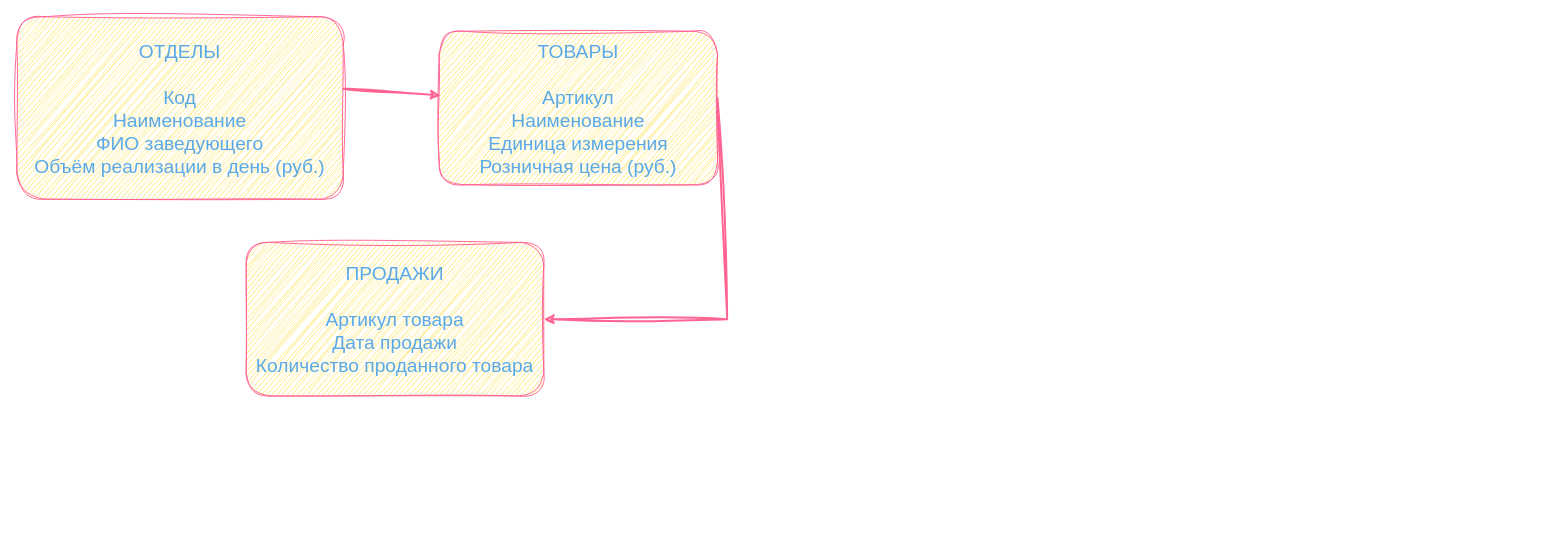
Earlier version of the draw.io diagram page "Страница 2" (2 of 2) of Практика.drawio (Daria-Zharinova/ZPervoe). Source tidied: cells renumbered, new cells numbered last; positions are measured from the earlier drawing's top-left corner, leaving out a move shared by most shapes. Both pictures are drawn from the tidied source at 96%, with x=0, y=0 at pixel (16, 16).
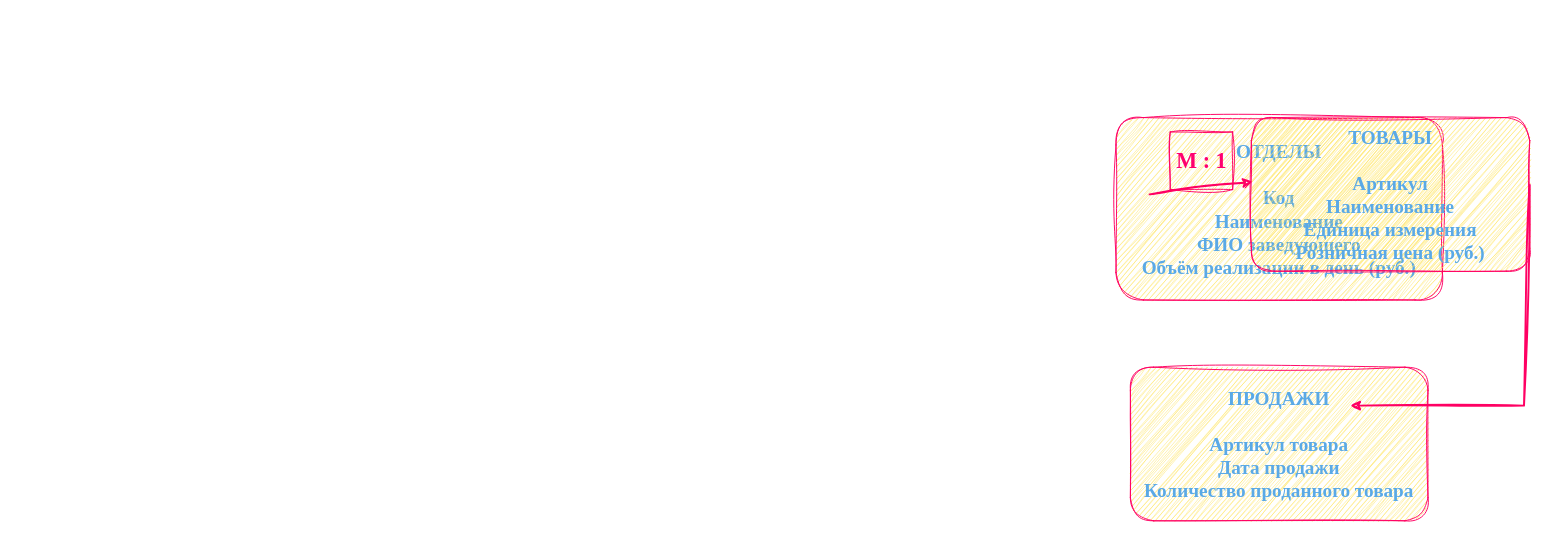
After the change.

Diff of the diagram source:
```diff
@@
 <mxGraphModel>
   <root>
     <mxCell id="0" />
     <mxCell id="1" parent="0" />
-    <mxCell id="2" value="ОТДЕЛЫ&lt;br style=&quot;font-size: 20px;&quot;&gt;&lt;br style=&quot;font-size: 20px;&quot;&gt;Код&lt;br style=&quot;font-size: 20px;&quot;&gt;Наименование&lt;br style=&quot;font-size: 20px;&quot;&gt;ФИО заведующего&lt;br style=&quot;font-size: 20px;&quot;&gt;Объём реализации в день (руб.)" style="rounded=1;whiteSpace=wrap;html=1;fontSize=20;sketch=1;curveFitting=1;jiggle=2;labelBackgroundColor=none;fillColor=#FFE45E;strokeColor=#FF6392;fontColor=#5AA9E6;" parent="1" vertex="1">
-      <mxGeometry width="340" height="190" as="geometry" />
+    <mxCell id="2" value="ОТДЕЛЫ&lt;br style=&quot;font-size: 20px;&quot;&gt;&lt;br style=&quot;font-size: 20px;&quot;&gt;Код&lt;br style=&quot;font-size: 20px;&quot;&gt;Наименование&lt;br style=&quot;font-size: 20px;&quot;&gt;ФИО заведующего&lt;br style=&quot;font-size: 20px;&quot;&gt;Объём реализации в день (руб.)" style="rounded=1;whiteSpace=wrap;html=1;fontSize=20;sketch=1;curveFitting=1;jiggle=2;labelBackgroundColor=none;fillColor=#FFE45E;strokeColor=#FF0063;fontColor=#5AA9E6;fontFamily=Garamond;fontStyle=1;" parent="1" vertex="1">
+      <mxGeometry x="1145" y="105" width="340" height="190" as="geometry" />
     </mxCell>
-    <mxCell id="3" value="ТОВАРЫ&lt;br style=&quot;font-size: 20px;&quot;&gt;&lt;font style=&quot;font-size: 20px;&quot;&gt;&lt;br style=&quot;font-size: 20px;&quot;&gt;&lt;/font&gt;Артикул&lt;br style=&quot;font-size: 20px;&quot;&gt;Наименование&lt;br style=&quot;font-size: 20px;&quot;&gt;Единица измерения&lt;br style=&quot;font-size: 20px;&quot;&gt;Розничная цена (руб.)" style="rounded=1;whiteSpace=wrap;html=1;fontSize=20;sketch=1;curveFitting=1;jiggle=2;labelBackgroundColor=none;fillColor=#FFE45E;strokeColor=#FF6392;fontColor=#5AA9E6;" parent="1" vertex="1">
-      <mxGeometry x="440" y="15" width="290" height="160" as="geometry" />
+    <mxCell id="3" value="ТОВАРЫ&lt;br style=&quot;font-size: 20px;&quot;&gt;&lt;font style=&quot;font-size: 20px;&quot;&gt;&lt;br style=&quot;font-size: 20px;&quot;&gt;&lt;/font&gt;Артикул&lt;br style=&quot;font-size: 20px;&quot;&gt;Наименование&lt;br style=&quot;font-size: 20px;&quot;&gt;Единица измерения&lt;br style=&quot;font-size: 20px;&quot;&gt;Розничная цена (руб.)" style="rounded=1;whiteSpace=wrap;html=1;fontSize=20;sketch=1;curveFitting=1;jiggle=2;labelBackgroundColor=none;fillColor=#FFE45E;strokeColor=#FF0063;fontColor=#5AA9E6;fontFamily=Garamond;fontStyle=1;" parent="1" vertex="1">
+      <mxGeometry x="1286" y="105" width="290" height="160" as="geometry" />
     </mxCell>
-    <mxCell id="4" value="ПРОДАЖИ&lt;br style=&quot;font-size: 20px;&quot;&gt;&lt;br style=&quot;font-size: 20px;&quot;&gt;Артикул товара&lt;br style=&quot;font-size: 20px;&quot;&gt;Дата продажи&lt;br style=&quot;font-size: 20px;&quot;&gt;Количество проданного товара" style="rounded=1;whiteSpace=wrap;html=1;fontSize=20;sketch=1;curveFitting=1;jiggle=2;labelBackgroundColor=none;fillColor=#FFE45E;strokeColor=#FF6392;fontColor=#5AA9E6;" parent="1" vertex="1">
-      <mxGeometry x="239" y="235" width="310" height="160" as="geometry" />
+    <mxCell id="4" value="ПРОДАЖИ&lt;br style=&quot;font-size: 20px;&quot;&gt;&lt;br style=&quot;font-size: 20px;&quot;&gt;Артикул товара&lt;br style=&quot;font-size: 20px;&quot;&gt;Дата продажи&lt;br style=&quot;font-size: 20px;&quot;&gt;Количество проданного товара" style="rounded=1;whiteSpace=wrap;html=1;fontSize=20;sketch=1;curveFitting=1;jiggle=2;labelBackgroundColor=none;fillColor=#FFE45E;strokeColor=#FF0063;fontColor=#5AA9E6;fontStyle=1;fontFamily=Garamond;" parent="1" vertex="1">
+      <mxGeometry x="1160" y="365" width="310" height="160" as="geometry" />
     </mxCell>
-    <mxCell id="5" style="endArrow=classic;html=1;rounded=0;sketch=1;hachureGap=4;jiggle=2;curveFitting=1;strokeColor=#FF6392;fontFamily=Architects Daughter;fontSize=16;fontColor=#5AA9E6;fillColor=#FFE45E;entryX=0.005;entryY=0.418;entryDx=0;entryDy=0;strokeWidth=2;entryPerimeter=0;" parent="1" edge="1" target="3">
-      <mxGeometry relative="1" as="geometry">
-        <mxPoint x="340" y="75" as="sourcePoint" />
-      </mxGeometry>
-    </mxCell>
-    <mxCell id="6" style="endArrow=classic;html=1;rounded=0;sketch=1;hachureGap=4;jiggle=2;curveFitting=1;strokeColor=#FF6392;fontFamily=Architects Daughter;fontSize=16;fontColor=#5AA9E6;fillColor=#FFE45E;exitX=1;exitY=0.438;exitDx=0;exitDy=0;strokeWidth=2;entryX=1;entryY=0.5;entryDx=0;entryDy=0;exitPerimeter=0;" parent="1" edge="1" source="3" target="4">
-      <mxGeometry relative="1" as="geometry">
-        <Array as="points">
-          <mxPoint x="740" y="315" />
-        </Array>
-      </mxGeometry>
-    </mxCell>
+    <mxCell id="7" style="endArrow=classic;html=1;rounded=0;sketch=1;hachureGap=4;jiggle=2;curveFitting=1;strokeColor=#FF0063;fontFamily=Garamond;fontSize=16;fontColor=#5AA9E6;fillColor=#FFE45E;entryX=0.005;entryY=0.418;entryDx=0;entryDy=0;strokeWidth=2;entryPerimeter=0;exitX=1;exitY=0.5;exitDx=0;exitDy=0;" parent="1" edge="1" target="3">
+      <mxGeometry relative="1" as="geometry">
+        <mxPoint x="1180" y="185" as="sourcePoint" />
+      </mxGeometry>
+    </mxCell>
+    <mxCell id="8" style="endArrow=classic;html=1;rounded=0;sketch=1;hachureGap=4;jiggle=2;curveFitting=1;strokeColor=#FF0063;fontFamily=Garamond;fontSize=16;fontColor=#5AA9E6;fillColor=#FFE45E;exitX=1;exitY=0.438;exitDx=0;exitDy=0;strokeWidth=2;entryX=1;entryY=0.5;entryDx=0;entryDy=0;exitPerimeter=0;" parent="1" edge="1" source="3">
+      <mxGeometry relative="1" as="geometry">
+        <mxPoint x="1389" y="405" as="targetPoint" />
+        <Array as="points">
+          <mxPoint x="1570" y="405" />
+        </Array>
+      </mxGeometry>
+    </mxCell>
+    <mxCell id="9" value="&lt;b&gt;&lt;font style=&quot;font-size: 23px;&quot; color=&quot;#ff006f&quot;&gt;М : 1&lt;/font&gt;&lt;/b&gt;" style="rounded=0;whiteSpace=wrap;html=1;sketch=1;hachureGap=4;jiggle=2;curveFitting=1;strokeColor=#FF0063;fontFamily=Garamond;fontSize=20;fontColor=#5AA9E6;fillColor=none;" parent="1" vertex="1">
+      <mxGeometry x="1201.5" y="120" width="65" height="60" as="geometry" />
+    </mxCell>
   </root>
 </mxGraphModel>
```
